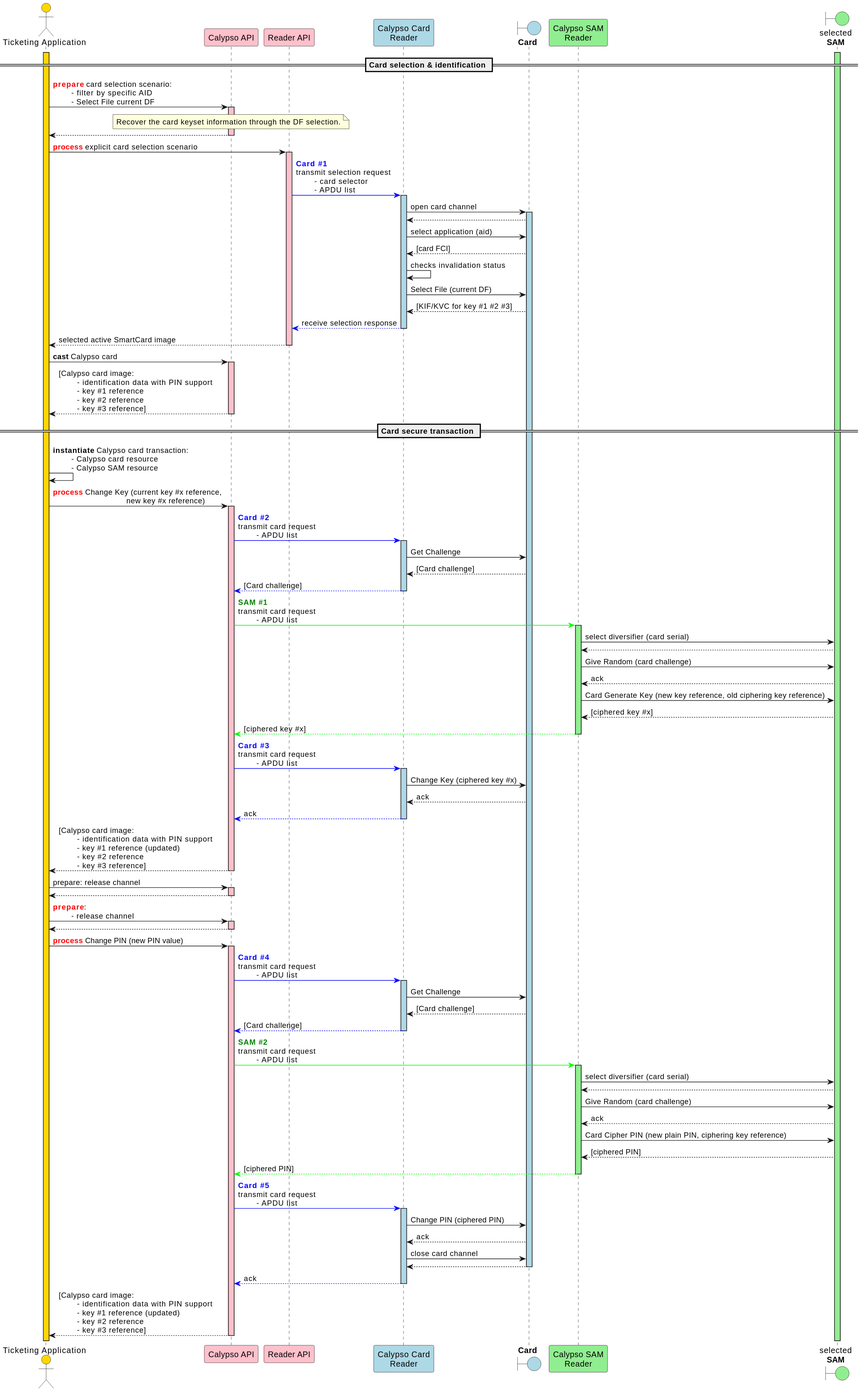
Before: static/media/apis/calypso_transaction_Change_Key_Ciphered_PIN_sequence_diagram.svg, a diagram exported from PlantUML (calypsonet/calypsonet-terminal-api-website). The source it was exported from:
```plantuml
@startuml

skinparam ClassBorderColor #D4AC0D
skinparam stereotypeABorderColor #A9DCDF
skinparam stereotypeIBorderColor #B4A7E5
skinparam stereotypeCBorderColor #ADD1B2
skinparam stereotypeEBorderColor #EB93DF
skinparam shadowing false

skinparam StateBorderColor #D4AC0D
skinparam ActivityBorderColor #D4AC0D

skinparam ClassBackgroundColor<<red>> #FDEDEC
skinparam ClassBorderColor<<red>> #E74C3C
hide <<red>> stereotype
skinparam ClassBackgroundColor<<purple>> #F4ECF7
skinparam ClassBorderColor<<purple>> #8E44AD
hide <<purple>> stereotype
skinparam ClassBackgroundColor<<blue>> #EBF5FB
skinparam ClassBorderColor<<blue>> #3498DB
hide <<blue>> stereotype
skinparam ClassBackgroundColor<<green>> #EAFAF1
skinparam ClassBorderColor<<green>> #2ECC71
hide <<green>> stereotype

skinparam ClassBackgroundColor<<orange>> #FDF2E9
skinparam ClassBorderColor<<orange>> #E67E22
hide <<orange>> stereotype

skinparam ClassBackgroundColor<<grey>> #EAECEE
skinparam ClassBorderColor<<grey>> #2C3E50
hide <<grey>> stereotype

actor "Ticketing Application" as app #gold
participant "Calypso API" as capi #pink
participant "Reader API" as rapi #pink
participant "Calypso Card\nReader" as cardReader #lightBlue
boundary "**Card**" as card #lightBlue
participant "Calypso SAM\nReader" as samReader #lightGreen
boundary "selected\n**SAM**" as sam #lightGreen

activate app #gold
activate sam #lightGreen

== Card selection & identification ==

app->capi: <font color=red>**prepare**</font> card selection scenario:\n\t- filter by specific AID\n\t- Select File current DF
activate capi  #pink
note over capi
    Recover the card keyset information through the DF selection.
end note

capi-->app
deactivate capi

app->rapi: <font color=red>**process**</font> explicit card selection scenario
activate rapi  #pink
rapi-[#0000FF]>cardReader: <font color=blue>**Card #1**</font>\ntransmit selection request\n\t- card selector\n\t- APDU list
activate cardReader #lightBlue

cardReader->card: open card channel
activate card #lightBlue
card-->cardReader
cardReader->card: select application (aid)
card-->cardReader: [card FCI]
cardReader->cardReader: checks invalidation status

    cardReader->card: Select File (current DF)
    card-->cardReader: [KIF/KVC for key #1 #2 #3]

cardReader--[#0000FF]>rapi: receive selection response
deactivate cardReader

rapi-->app: selected active SmartCard image
deactivate rapi

app->capi: **cast** Calypso card
activate capi  #pink
capi-->app: [Calypso card image:\n\t- identification data with PIN support\n\t- key #1 reference\n\t- key #2 reference\n\t- key #3 reference]

deactivate capi

== Card secure transaction ==

app->app: **instantiate** Calypso card transaction:\n\t- Calypso card resource\n\t- Calypso SAM resource


app->capi: <font color=red>**process**</font> Change Key (current key #x reference,\n\t\t\t\tnew key #x reference)
activate capi  #pink

capi-[#0000FF]>cardReader: <font color=blue>**Card #2**</font>\ntransmit card request\n\t- APDU list
activate cardReader #lightBlue

    cardReader->card: Get Challenge
    card-->cardReader: [Card challenge]

cardReader--[#0000FF]>capi: [Card challenge]
deactivate cardReader

capi-[#00FF00]>samReader: <font color=green>**SAM #1**</font>\ntransmit card request\n\t- APDU list
activate samReader #lightGreen

samReader->sam: select diversifier (card serial)
sam-->samReader
samReader->sam: Give Random (card challenge)
sam-->samReader: ack
samReader->sam: Card Generate Key (new key reference, old ciphering key reference)
sam-->samReader: [ciphered key #x]

samReader-[#00FF00]->capi: [ciphered key #x]
deactivate samReader

capi-[#0000FF]>cardReader: <font color=blue>**Card #3**</font>\ntransmit card request\n\t- APDU list
activate cardReader #lightBlue

    cardReader->card: Change Key (ciphered key #x)
    card-->cardReader: ack


cardReader-[#0000FF]->capi: ack
deactivate cardReader

capi-->app: [Calypso card image:\n\t- identification data with PIN support\n\t- key #1 reference (updated)\n\t- key #2 reference\n\t- key #3 reference]
deactivate capi

app->capi: prepare: release channel
activate capi  #pink
capi-->app
deactivate capi

app->capi: <font color=red>**prepare**</font>:\n\t- release channel
activate capi  #pink
capi-->app
deactivate capi

app->capi: <font color=red>**process**</font> Change PIN (new PIN value)
activate capi  #pink

capi-[#0000FF]>cardReader: <font color=blue>**Card #4**</font>\ntransmit card request\n\t- APDU list
activate cardReader #lightBlue

    cardReader->card: Get Challenge
    card-->cardReader: [Card challenge]

cardReader--[#0000FF]>capi: [Card challenge]
deactivate cardReader

capi-[#00FF00]>samReader: <font color=green>**SAM #2**</font>\ntransmit card request\n\t- APDU list
activate samReader #lightGreen

samReader->sam: select diversifier (card serial)
sam-->samReader
samReader->sam: Give Random (card challenge)
sam-->samReader: ack
samReader->sam: Card Cipher PIN (new plain PIN, ciphering key reference)
sam-->samReader: [ciphered PIN]

samReader-[#00FF00]->capi: [ciphered PIN]
deactivate samReader

capi-[#0000FF]>cardReader: <font color=blue>**Card #5**</font>\ntransmit card request\n\t- APDU list
activate cardReader #lightBlue

    cardReader->card: Change PIN (ciphered PIN)
    card-->cardReader: ack

cardReader->card: close card channel
card-->cardReader
deactivate card

cardReader-[#0000FF]->capi: ack
deactivate cardReader

capi-->app: [Calypso card image:\n\t- identification data with PIN support\n\t- key #1 reference (updated)\n\t- key #2 reference\n\t- key #3 reference]
deactivate capi

deactivate capi
@enduml
```
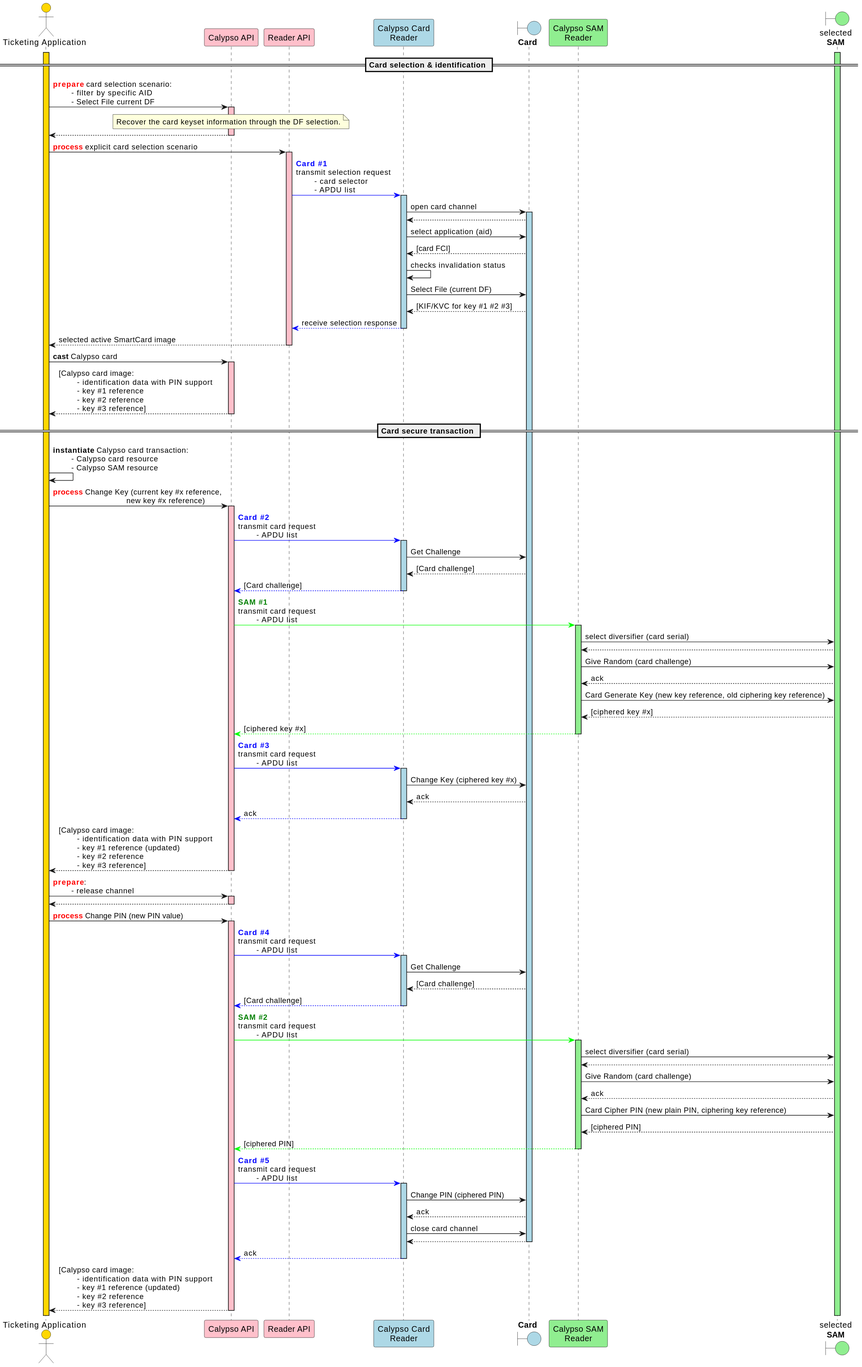
Above is the later version.

Commit message:
Improvement of the Calypso sequence diagrams (#4)

Diff of the diagram source:
```diff
@@ -123,11 +123,6 @@
 capi-->app: [Calypso card image:\n\t- identification data with PIN support\n\t- key #1 reference (updated)\n\t- key #2 reference\n\t- key #3 reference]
 deactivate capi
 
-app->capi: prepare: release channel
-activate capi  #pink
-capi-->app
-deactivate capi
-
 app->capi: <font color=red>**prepare**</font>:\n\t- release channel
 activate capi  #pink
 capi-->app
```
